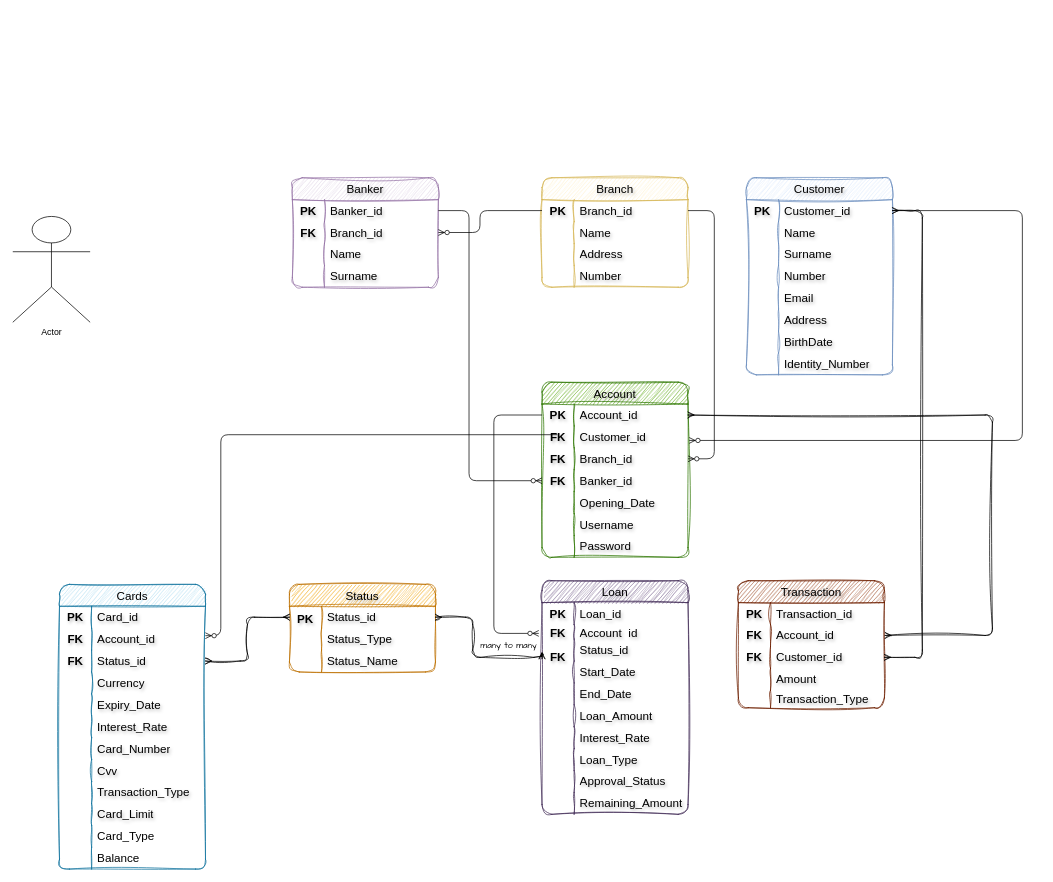
The draw.io diagram Pair1_BankaER.drawio in bnsuoztrk/Deneme, before the edit. Source tidied: cells renumbered, new cells numbered last; positions are measured from the earlier drawing's top-left corner, leaving out a move shared by most shapes. Both pictures are drawn from the tidied source at 73%, with x=0, y=0 at pixel (12, 177).
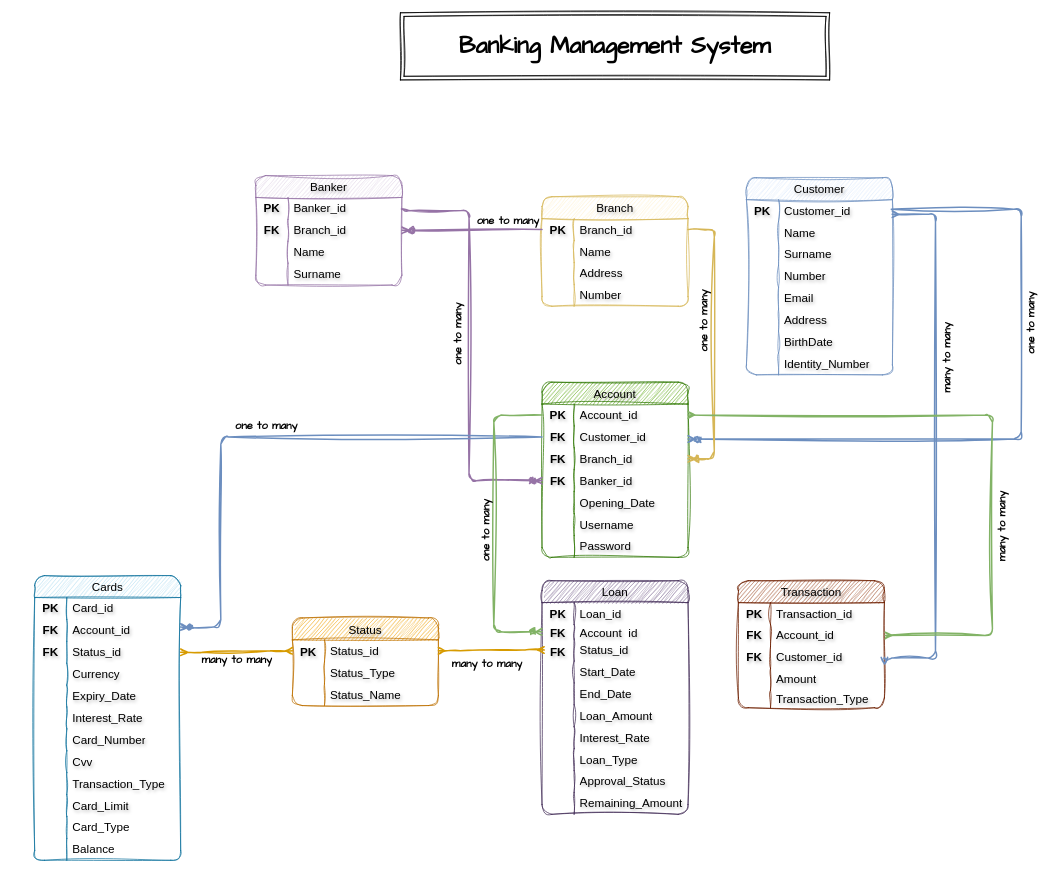
The same page after the edit.

Unchanged cells that the change refers to:
```xml
<mxCell id="3" style="shape=tableRow;horizontal=0;startSize=0;swimlaneHead=0;swimlaneBody=0;top=0;left=0;bottom=0;right=0;fillColor=none;points=[[0,0.5],[1,0.5]];portConstraint=eastwest;strokeColor=inherit;fontSize=16;sketch=1;curveFitting=1;jiggle=2;rounded=1;fontColor=#000000;labelBorderColor=none;labelBackgroundColor=none;textShadow=1;" parent="2" vertex="1">
  <mxGeometry y="30" width="200" height="30" as="geometry" />
</mxCell>
<mxCell id="6" style="shape=tableRow;horizontal=0;startSize=0;swimlaneHead=0;swimlaneBody=0;top=0;left=0;bottom=0;right=0;fillColor=none;points=[[0,0.5],[1,0.5]];portConstraint=eastwest;strokeColor=inherit;fontSize=16;sketch=1;curveFitting=1;jiggle=2;rounded=1;fontColor=#000000;labelBorderColor=none;labelBackgroundColor=none;textShadow=1;" parent="2" vertex="1">
  <mxGeometry y="60" width="200" height="30" as="geometry" />
</mxCell>
<mxCell id="9" style="shape=tableRow;horizontal=0;startSize=0;swimlaneHead=0;swimlaneBody=0;top=0;left=0;bottom=0;right=0;fillColor=none;points=[[0,0.5],[1,0.5]];portConstraint=eastwest;strokeColor=inherit;fontSize=16;sketch=1;curveFitting=1;jiggle=2;rounded=1;fontColor=#000000;labelBorderColor=none;labelBackgroundColor=none;textShadow=1;" parent="2" vertex="1">
  <mxGeometry y="90" width="200" height="30" as="geometry" />
</mxCell>
<mxCell id="12" style="shape=tableRow;horizontal=0;startSize=0;swimlaneHead=0;swimlaneBody=0;top=0;left=0;bottom=0;right=0;fillColor=none;points=[[0,0.5],[1,0.5]];portConstraint=eastwest;strokeColor=inherit;fontSize=16;sketch=1;curveFitting=1;jiggle=2;rounded=1;fontColor=#000000;labelBorderColor=none;labelBackgroundColor=none;textShadow=1;" parent="2" vertex="1">
  <mxGeometry y="120" width="200" height="30" as="geometry" />
</mxCell>
<mxCell id="25" style="shape=tableRow;horizontal=0;startSize=0;swimlaneHead=0;swimlaneBody=0;top=0;left=0;bottom=0;right=0;fillColor=none;points=[[0,0.5],[1,0.5]];portConstraint=eastwest;strokeColor=inherit;fontSize=16;sketch=1;curveFitting=1;jiggle=2;rounded=1;fontColor=#000000;labelBorderColor=none;labelBackgroundColor=none;textShadow=1;" parent="24" vertex="1">
  <mxGeometry y="30" width="200" height="30" as="geometry" />
</mxCell>
<mxCell id="50" style="shape=tableRow;horizontal=0;startSize=0;swimlaneHead=0;swimlaneBody=0;top=0;left=0;bottom=0;right=0;fillColor=none;points=[[0,0.5],[1,0.5]];portConstraint=eastwest;strokeColor=inherit;fontSize=16;sketch=1;curveFitting=1;jiggle=2;rounded=1;fontColor=#000000;labelBorderColor=none;labelBackgroundColor=none;textShadow=1;" parent="49" vertex="1">
  <mxGeometry y="30" width="200" height="30" as="geometry" />
</mxCell>
<mxCell id="53" style="shape=tableRow;horizontal=0;startSize=0;swimlaneHead=0;swimlaneBody=0;top=0;left=0;bottom=0;right=0;fillColor=none;points=[[0,0.5],[1,0.5]];portConstraint=eastwest;strokeColor=inherit;fontSize=16;sketch=1;curveFitting=1;jiggle=2;rounded=1;fontColor=#000000;labelBorderColor=none;labelBackgroundColor=none;textShadow=1;" parent="49" vertex="1">
  <mxGeometry y="60" width="200" height="30" as="geometry" />
</mxCell>
<mxCell id="66" style="shape=tableRow;horizontal=0;startSize=0;swimlaneHead=0;swimlaneBody=0;top=0;left=0;bottom=0;right=0;fillColor=none;points=[[0,0.5],[1,0.5]];portConstraint=eastwest;strokeColor=inherit;fontSize=16;sketch=1;curveFitting=1;jiggle=2;rounded=1;fontColor=#000000;labelBorderColor=none;labelBackgroundColor=none;textShadow=1;" parent="62" vertex="1">
  <mxGeometry y="60" width="200" height="20" as="geometry" />
</mxCell>
<mxCell id="94" style="shape=tableRow;horizontal=0;startSize=0;swimlaneHead=0;swimlaneBody=0;top=0;left=0;bottom=0;right=0;fillColor=none;points=[[0,0.5],[1,0.5]];portConstraint=eastwest;strokeColor=inherit;fontSize=16;sketch=1;curveFitting=1;jiggle=2;rounded=1;fontColor=#000000;labelBorderColor=none;labelBackgroundColor=none;textShadow=1;" parent="93" vertex="1">
  <mxGeometry y="30" width="200" height="30" as="geometry" />
</mxCell>
<mxCell id="113" style="shape=tableRow;horizontal=0;startSize=0;swimlaneHead=0;swimlaneBody=0;top=0;left=0;bottom=0;right=0;fillColor=none;points=[[0,0.5],[1,0.5]];portConstraint=eastwest;strokeColor=inherit;fontSize=16;sketch=1;curveFitting=1;jiggle=2;rounded=1;fontColor=#000000;labelBorderColor=none;labelBackgroundColor=none;textShadow=1;" parent="106" vertex="1">
  <mxGeometry y="90" width="200" height="30" as="geometry" />
</mxCell>
<mxCell id="126" style="shape=tableRow;horizontal=0;startSize=0;swimlaneHead=0;swimlaneBody=0;top=0;left=0;bottom=0;right=0;fillColor=none;points=[[0,0.5],[1,0.5]];portConstraint=eastwest;strokeColor=inherit;fontSize=16;sketch=1;curveFitting=1;jiggle=2;rounded=1;fontColor=#000000;labelBorderColor=none;labelBackgroundColor=none;textShadow=1;" parent="122" vertex="1">
  <mxGeometry y="60" width="200" height="30" as="geometry" />
</mxCell>
<mxCell id="129" style="shape=tableRow;horizontal=0;startSize=0;swimlaneHead=0;swimlaneBody=0;top=0;left=0;bottom=0;right=0;fillColor=none;points=[[0,0.5],[1,0.5]];portConstraint=eastwest;strokeColor=inherit;fontSize=16;sketch=1;curveFitting=1;jiggle=2;rounded=1;fontColor=#000000;labelBorderColor=none;labelBackgroundColor=none;textShadow=1;" parent="122" vertex="1">
  <mxGeometry y="90" width="200" height="30" as="geometry" />
</mxCell>
<mxCell id="160" style="shape=tableRow;horizontal=0;startSize=0;swimlaneHead=0;swimlaneBody=0;top=0;left=0;bottom=0;right=0;fillColor=none;points=[[0,0.5],[1,0.5]];portConstraint=eastwest;strokeColor=inherit;fontSize=16;sketch=1;curveFitting=1;jiggle=2;rounded=1;fontColor=#000000;labelBorderColor=none;labelBackgroundColor=none;textShadow=1;" parent="159" vertex="1">
  <mxGeometry y="30" width="200" height="30" as="geometry" />
</mxCell>
```

Diff of the diagram source:
```diff
@@
     <mxCell id="49" value="Banker" style="shape=table;startSize=30;childLayout=tableLayout;rowLines=0;fontStyle=0;strokeColor=#9673a6;fontSize=16;fillColor=#e1d5e7;sketch=1;curveFitting=1;jiggle=2;rounded=1;labelBorderColor=none;labelBackgroundColor=none;textShadow=1;" parent="1" vertex="1">
-      <mxGeometry x="383" width="200" height="150" as="geometry" />
+      <mxGeometry x="333" y="-3" width="200" height="150" as="geometry" />
     </mxCell>
@@
     <mxCell id="93" value="Branch" style="shape=table;startSize=30;childLayout=tableLayout;rowLines=0;fontStyle=0;strokeColor=#d6b656;fontSize=16;fillColor=#fff2cc;sketch=1;curveFitting=1;jiggle=2;rounded=1;labelBorderColor=none;labelBackgroundColor=none;textShadow=1;" parent="1" vertex="1">
-      <mxGeometry x="725" width="200" height="150" as="geometry" />
+      <mxGeometry x="725" y="26" width="200" height="150" as="geometry" />
     </mxCell>
@@
     <mxCell id="122" value="Cards" style="shape=table;startSize=30;childLayout=tableLayout;rowLines=0;fontStyle=0;strokeColor=#10739e;fontSize=16;fillColor=#b1ddf0;sketch=1;curveFitting=1;jiggle=2;rounded=1;fontColor=#000000;" parent="1" vertex="1">
-      <mxGeometry x="64" y="557" width="200" height="390" as="geometry" />
+      <mxGeometry x="30" y="545" width="200" height="390" as="geometry" />
     </mxCell>
@@
     <mxCell id="159" value="Status" style="shape=table;startSize=30;childLayout=tableLayout;rowLines=0;fontStyle=0;strokeColor=#BD7000;fontSize=16;fillColor=#f0a30a;fontColor=#000000;sketch=1;curveFitting=1;jiggle=2;rounded=1;labelBorderColor=none;labelBackgroundColor=none;textShadow=1;" parent="1" vertex="1">
-      <mxGeometry x="379" y="557" width="200" height="120" as="geometry" />
+      <mxGeometry x="383" y="603" width="200" height="120" as="geometry" />
     </mxCell>
@@
     <mxCell id="169" value="PK" style="shape=partialRectangle;html=1;whiteSpace=wrap;fillColor=none;top=0;left=0;bottom=0;right=0;overflow=hidden;strokeColor=inherit;fontSize=16;fontStyle=1;sketch=1;curveFitting=1;jiggle=2;rounded=1;fontColor=#000000;labelBorderColor=none;labelBackgroundColor=none;textShadow=1;" parent="1" vertex="1">
-      <mxGeometry x="379" y="590" width="44" height="30" as="geometry" />
+      <mxGeometry x="383" y="634" width="44" height="30" as="geometry" />
     </mxCell>
     <mxCell id="170" value="&lt;b&gt;FK&lt;/b&gt;" style="shape=partialRectangle;html=1;whiteSpace=wrap;fillColor=none;top=0;left=0;bottom=0;right=0;overflow=hidden;strokeColor=inherit;fontSize=16;sketch=1;curveFitting=1;jiggle=2;rounded=1;fontColor=#000000;labelBorderColor=none;labelBackgroundColor=none;textShadow=1;" parent="1" vertex="1">
-      <mxGeometry x="725" y="642" width="44" height="30" as="geometry" />
+      <mxGeometry x="725" y="634" width="44" height="30" as="geometry" />
     </mxCell>
-    <mxCell id="171" style="edgeStyle=orthogonalEdgeStyle;fontSize=12;html=1;endArrow=ERzeroToMany;endFill=1;rounded=1;hachureGap=4;fontFamily=Architects Daughter;exitX=1;exitY=0.5;exitDx=0;exitDy=0;entryX=1.008;entryY=0.662;entryDx=0;entryDy=0;entryPerimeter=0;" parent="1" edge="1" source="25" target="6">
+    <mxCell id="171" style="edgeStyle=orthogonalEdgeStyle;fontSize=12;html=1;endArrow=ERzeroToMany;endFill=1;rounded=1;hachureGap=4;fontFamily=Architects Daughter;exitX=1;exitY=0.5;exitDx=0;exitDy=0;entryX=1.008;entryY=0.662;entryDx=0;entryDy=0;entryPerimeter=0;sketch=1;curveFitting=1;jiggle=2;fillColor=#dae8fc;strokeColor=#6c8ebf;strokeWidth=2;" parent="1" edge="1">
       <mxGeometry relative="1" as="geometry">
+        <mxPoint x="1203.4" y="43.1" as="sourcePoint" />
+        <mxPoint x="925" y="357.9" as="targetPoint" />
         <Array as="points">
-          <mxPoint x="1383" y="45" />
-          <mxPoint x="1383" y="360" />
+          <mxPoint x="1381.4" y="43.1" />
+          <mxPoint x="1381.4" y="358.1" />
         </Array>
       </mxGeometry>
     </mxCell>
-    <mxCell id="172" style="edgeStyle=orthogonalEdgeStyle;fontSize=12;html=1;endArrow=ERzeroToMany;endFill=1;rounded=1;hachureGap=4;fontFamily=Architects Daughter;exitX=0;exitY=0.5;exitDx=0;exitDy=0;entryX=1;entryY=0.5;entryDx=0;entryDy=0;" parent="1" edge="1" source="94" target="53">
+    <mxCell id="172" style="edgeStyle=orthogonalEdgeStyle;fontSize=12;html=1;endArrow=ERzeroToMany;endFill=1;rounded=1;hachureGap=4;fontFamily=Architects Daughter;exitX=0;exitY=0.5;exitDx=0;exitDy=0;entryX=1;entryY=0.5;entryDx=0;entryDy=0;sketch=1;curveFitting=1;jiggle=2;fillColor=#e1d5e7;strokeColor=#9673a6;strokeWidth=2;" parent="1" edge="1" source="94" target="53">
       <mxGeometry relative="1" as="geometry">
         <Array as="points">
-          <mxPoint x="640" y="45" />
-          <mxPoint x="640" y="75" />
+          <mxPoint x="725" y="72" />
         </Array>
       </mxGeometry>
     </mxCell>
-    <mxCell id="173" style="edgeStyle=orthogonalEdgeStyle;fontSize=12;html=1;endArrow=ERzeroToMany;endFill=1;rounded=1;hachureGap=4;fontFamily=Architects Daughter;exitX=1;exitY=0.5;exitDx=0;exitDy=0;entryX=1;entryY=0.5;entryDx=0;entryDy=0;" parent="1" edge="1" source="94" target="9">
+    <mxCell id="173" style="edgeStyle=orthogonalEdgeStyle;fontSize=12;html=1;endArrow=ERzeroToMany;endFill=1;rounded=1;hachureGap=4;fontFamily=Architects Daughter;exitX=1;exitY=0.5;exitDx=0;exitDy=0;entryX=1;entryY=0.5;entryDx=0;entryDy=0;sketch=1;curveFitting=1;jiggle=2;fillColor=#fff2cc;strokeColor=#d6b656;strokeWidth=2;" parent="1" edge="1" source="94" target="9">
       <mxGeometry relative="1" as="geometry">
         <Array as="points">
-          <mxPoint x="961" y="45" />
+          <mxPoint x="961" y="71" />
           <mxPoint x="961" y="385" />
         </Array>
       </mxGeometry>
     </mxCell>
-    <mxCell id="174" style="edgeStyle=orthogonalEdgeStyle;fontSize=12;html=1;endArrow=ERzeroToMany;endFill=1;rounded=1;hachureGap=4;fontFamily=Architects Daughter;exitX=1;exitY=0.5;exitDx=0;exitDy=0;entryX=0;entryY=0.5;entryDx=0;entryDy=0;" parent="1" edge="1" source="50" target="12">
+    <mxCell id="174" style="edgeStyle=orthogonalEdgeStyle;fontSize=12;html=1;endArrow=ERzeroToMany;endFill=1;rounded=1;hachureGap=4;fontFamily=Architects Daughter;exitX=1;exitY=0.5;exitDx=0;exitDy=0;entryX=0;entryY=0.5;entryDx=0;entryDy=0;sketch=1;curveFitting=1;jiggle=2;fillColor=#e1d5e7;strokeColor=#9673a6;strokeWidth=2;" parent="1" edge="1" source="50" target="12">
       <mxGeometry relative="1" as="geometry">
         <Array as="points">
           <mxPoint x="625" y="45" />
           <mxPoint x="625" y="415" />
         </Array>
       </mxGeometry>
     </mxCell>
-    <mxCell id="175" style="edgeStyle=orthogonalEdgeStyle;fontSize=12;html=1;endArrow=ERmany;startArrow=ERmany;rounded=1;sketch=1;hachureGap=4;jiggle=2;curveFitting=1;fontFamily=Architects Daughter;entryX=1;entryY=0.5;entryDx=0;entryDy=0;exitX=1;exitY=0.5;exitDx=0;exitDy=0;fontStyle=1;" parent="1" edge="1" source="113" target="25">
+    <mxCell id="175" style="edgeStyle=orthogonalEdgeStyle;fontSize=12;html=1;endArrow=ERmany;startArrow=ERmany;rounded=1;sketch=1;hachureGap=4;jiggle=2;curveFitting=1;fontFamily=Architects Daughter;exitX=1;exitY=0.5;exitDx=0;exitDy=0;fontStyle=1;entryX=0.998;entryY=0.669;entryDx=0;entryDy=0;entryPerimeter=0;fillColor=#dae8fc;strokeColor=#6c8ebf;strokeWidth=2;" parent="1" edge="1" source="113" target="25">
       <mxGeometry relative="1" as="geometry">
         <Array as="points">
-          <mxPoint x="1246" y="657" />
-          <mxPoint x="1246" y="45" />
+          <mxPoint x="1264" y="658" />
+          <mxPoint x="1264" y="50" />
         </Array>
       </mxGeometry>
     </mxCell>
-    <mxCell id="176" style="edgeStyle=orthogonalEdgeStyle;fontSize=12;html=1;endArrow=ERmany;startArrow=ERmany;rounded=1;sketch=1;hachureGap=4;jiggle=2;curveFitting=1;fontFamily=Architects Daughter;entryX=1;entryY=0.5;entryDx=0;entryDy=0;" parent="1" edge="1" target="3">
+    <mxCell id="176" style="edgeStyle=orthogonalEdgeStyle;fontSize=12;html=1;endArrow=ERmany;startArrow=ERmany;rounded=1;sketch=1;hachureGap=4;jiggle=2;curveFitting=1;fontFamily=Architects Daughter;entryX=1;entryY=0.5;entryDx=0;entryDy=0;fillColor=#d5e8d4;strokeColor=#82b366;strokeWidth=2;" parent="1" edge="1" target="3">
       <mxGeometry relative="1" as="geometry">
         <mxPoint x="1195" y="627" as="sourcePoint" />
         <Array as="points">
           <mxPoint x="1342" y="627" />
           <mxPoint x="1342" y="325" />
         </Array>
       </mxGeometry>
     </mxCell>
-    <mxCell id="177" style="edgeStyle=orthogonalEdgeStyle;fontSize=12;html=1;endArrow=ERmany;startArrow=ERmany;rounded=1;sketch=1;hachureGap=4;jiggle=2;curveFitting=1;fontFamily=Architects Daughter;entryX=1;entryY=0.5;entryDx=0;entryDy=0;" parent="1" edge="1" target="160">
-      <mxGeometry relative="1" as="geometry">
-        <mxPoint x="725" y="659" as="sourcePoint" />
-        <Array as="points">
-          <mxPoint x="725" y="652" />
-          <mxPoint x="724" y="652" />
-          <mxPoint x="724" y="657" />
-          <mxPoint x="630" y="657" />
-          <mxPoint x="630" y="602" />
-        </Array>
-      </mxGeometry>
-    </mxCell>
-    <mxCell id="178" value="many to many" style="text;strokeColor=none;fillColor=none;spacingLeft=4;spacingRight=4;overflow=hidden;points=[[0,0.5],[1,0.5]];portConstraint=eastwest;fontSize=12;whiteSpace=wrap;html=1;fontFamily=Architects Daughter;" parent="1" vertex="1">
-      <mxGeometry x="635" y="627" width="97" height="30" as="geometry" />
+    <mxCell id="178" value="many to many" style="text;strokeColor=none;fillColor=none;spacingLeft=4;spacingRight=4;overflow=hidden;points=[[0,0.5],[1,0.5]];portConstraint=eastwest;fontSize=15;whiteSpace=wrap;html=1;fontFamily=Architects Daughter;fontStyle=1;" parent="1" vertex="1">
+      <mxGeometry x="596" y="651" width="118" height="30" as="geometry" />
     </mxCell>
-    <mxCell id="179" style="edgeStyle=orthogonalEdgeStyle;fontSize=12;html=1;endArrow=ERmany;startArrow=ERmany;rounded=1;sketch=1;hachureGap=4;jiggle=2;curveFitting=1;fontFamily=Architects Daughter;entryX=1;entryY=0.5;entryDx=0;entryDy=0;exitX=0;exitY=0.5;exitDx=0;exitDy=0;" parent="1" edge="1" source="160" target="129">
-      <mxGeometry relative="1" as="geometry" />
-    </mxCell>
-    <mxCell id="180" style="edgeStyle=orthogonalEdgeStyle;fontSize=12;html=1;endArrow=ERzeroToMany;endFill=1;rounded=1;hachureGap=4;fontFamily=Architects Daughter;exitX=0;exitY=0.5;exitDx=0;exitDy=0;entryX=0.999;entryY=0.343;entryDx=0;entryDy=0;entryPerimeter=0;" parent="1" edge="1" target="126">
+    <mxCell id="180" style="edgeStyle=orthogonalEdgeStyle;fontSize=12;html=1;endArrow=ERzeroToMany;endFill=1;rounded=1;hachureGap=4;fontFamily=Architects Daughter;entryX=0.999;entryY=0.343;entryDx=0;entryDy=0;entryPerimeter=0;sketch=1;curveFitting=1;jiggle=2;fillColor=#dae8fc;strokeColor=#6c8ebf;strokeWidth=2;exitX=0;exitY=0.5;exitDx=0;exitDy=0;" parent="1" edge="1" source="6" target="126">
       <mxGeometry relative="1" as="geometry">
-        <mxPoint x="746" y="352" as="sourcePoint" />
         <Array as="points">
-          <mxPoint x="285" y="352" />
-          <mxPoint x="285" y="627" />
+          <mxPoint x="285" y="355" />
+          <mxPoint x="285" y="615" />
         </Array>
       </mxGeometry>
     </mxCell>
-    <mxCell id="181" style="edgeStyle=orthogonalEdgeStyle;fontSize=12;html=1;endArrow=ERzeroToMany;endFill=1;rounded=1;hachureGap=4;fontFamily=Architects Daughter;exitX=0;exitY=0.5;exitDx=0;exitDy=0;entryX=0.882;entryY=-0.095;entryDx=0;entryDy=0;entryPerimeter=0;" parent="1" edge="1" source="3" target="178">
+    <mxCell id="181" style="edgeStyle=orthogonalEdgeStyle;fontSize=12;html=1;endArrow=ERzeroToMany;endFill=1;rounded=1;hachureGap=4;fontFamily=Architects Daughter;exitX=0;exitY=0.5;exitDx=0;exitDy=0;entryX=0;entryY=0.5;entryDx=0;entryDy=0;sketch=1;curveFitting=1;jiggle=2;fillColor=#d5e8d4;strokeColor=#82b366;strokeWidth=2;" parent="1" edge="1" source="3" target="66">
       <mxGeometry relative="1" as="geometry">
         <Array as="points">
           <mxPoint x="659" y="325" />
-          <mxPoint x="659" y="624" />
+          <mxPoint x="659" y="622" />
         </Array>
       </mxGeometry>
     </mxCell>
-    <mxCell id="182" value="Actor" style="shape=umlActor;verticalLabelPosition=bottom;verticalAlign=top;html=1;" parent="1" vertex="1">
-      <mxGeometry y="53" width="106" height="145" as="geometry" />
-    </mxCell>
+    <mxCell id="183" value="&lt;b&gt;&lt;font style=&quot;font-size: 15px;&quot;&gt;one to many&lt;/font&gt;&lt;/b&gt;" style="text;strokeColor=none;fillColor=none;spacingLeft=4;spacingRight=4;overflow=hidden;fontSize=12;whiteSpace=wrap;html=1;fontFamily=Architects Daughter;horizontal=0;" parent="1" vertex="1">
+      <mxGeometry x="633" y="407" width="26" height="125" as="geometry" />
+    </mxCell>
+    <mxCell id="184" style="edgeStyle=entityRelationEdgeStyle;fontSize=12;html=1;endArrow=ERmany;startArrow=ERmany;rounded=0;sketch=1;hachureGap=4;jiggle=2;curveFitting=1;fontFamily=Architects Daughter;exitX=1;exitY=0.5;exitDx=0;exitDy=0;fillColor=#ffe6cc;strokeColor=#d79b00;strokeWidth=2;" parent="1" edge="1" source="160">
+      <mxGeometry relative="1" as="geometry">
+        <mxPoint x="728" y="647" as="targetPoint" />
+        <Array as="points">
+          <mxPoint x="713" y="653" />
+        </Array>
+      </mxGeometry>
+    </mxCell>
+    <mxCell id="185" style="edgeStyle=entityRelationEdgeStyle;fontSize=12;html=1;endArrow=ERmany;startArrow=ERmany;rounded=0;sketch=1;hachureGap=4;jiggle=2;curveFitting=1;fontFamily=Architects Daughter;exitX=1;exitY=0.5;exitDx=0;exitDy=0;entryX=0;entryY=0.5;entryDx=0;entryDy=0;fillColor=#ffe6cc;strokeColor=#d79b00;strokeWidth=2;" parent="1" edge="1" source="129" target="160">
+      <mxGeometry relative="1" as="geometry">
+        <Array as="points">
+          <mxPoint x="368" y="666" />
+        </Array>
+      </mxGeometry>
+    </mxCell>
+    <mxCell id="186" value="many to many" style="text;strokeColor=none;fillColor=none;spacingLeft=4;spacingRight=4;overflow=hidden;fontSize=15;whiteSpace=wrap;html=1;fontFamily=Architects Daughter;fontStyle=1;" parent="1" vertex="1">
+      <mxGeometry x="253" y="645" width="118" height="30" as="geometry" />
+    </mxCell>
+    <mxCell id="187" value="&lt;font style=&quot;&quot;&gt;one to many&lt;/font&gt;" style="text;strokeColor=none;fillColor=none;spacingLeft=4;spacingRight=4;overflow=hidden;fontSize=15;whiteSpace=wrap;html=1;fontFamily=Architects Daughter;horizontal=1;fontStyle=1;" parent="1" vertex="1">
+      <mxGeometry x="299" y="324" width="131" height="30" as="geometry" />
+    </mxCell>
+    <mxCell id="188" value="&lt;b&gt;&lt;font style=&quot;font-size: 15px;&quot;&gt;one to many&lt;/font&gt;&lt;/b&gt;" style="text;strokeColor=none;fillColor=none;spacingLeft=4;spacingRight=4;overflow=hidden;fontSize=12;whiteSpace=wrap;html=1;fontFamily=Architects Daughter;horizontal=0;" parent="1" vertex="1">
+      <mxGeometry x="594" y="138" width="26" height="125" as="geometry" />
+    </mxCell>
+    <mxCell id="189" value="&lt;font style=&quot;&quot;&gt;one to many&lt;/font&gt;" style="text;strokeColor=none;fillColor=none;spacingLeft=4;spacingRight=4;overflow=hidden;fontSize=15;whiteSpace=wrap;html=1;fontFamily=Architects Daughter;horizontal=1;fontStyle=1;" parent="1" vertex="1">
+      <mxGeometry x="630" y="44" width="131" height="30" as="geometry" />
+    </mxCell>
+    <mxCell id="190" value="&lt;b&gt;&lt;font style=&quot;font-size: 15px;&quot;&gt;one to many&lt;/font&gt;&lt;/b&gt;" style="text;strokeColor=none;fillColor=none;spacingLeft=4;spacingRight=4;overflow=hidden;fontSize=12;whiteSpace=wrap;html=1;fontFamily=Architects Daughter;horizontal=0;" parent="1" vertex="1">
+      <mxGeometry x="932" y="120" width="26" height="125" as="geometry" />
+    </mxCell>
+    <mxCell id="191" value="&lt;b&gt;&lt;font style=&quot;font-size: 15px;&quot;&gt;many to many&lt;/font&gt;&lt;/b&gt;" style="text;strokeColor=none;fillColor=none;spacingLeft=4;spacingRight=4;overflow=hidden;fontSize=12;whiteSpace=wrap;html=1;fontFamily=Architects Daughter;horizontal=0;" parent="1" vertex="1">
+      <mxGeometry x="1264" y="176" width="26" height="125" as="geometry" />
+    </mxCell>
+    <mxCell id="192" value="&lt;b&gt;&lt;font style=&quot;font-size: 15px;&quot;&gt;one to many&lt;/font&gt;&lt;/b&gt;" style="text;strokeColor=none;fillColor=none;spacingLeft=4;spacingRight=4;overflow=hidden;fontSize=12;whiteSpace=wrap;html=1;fontFamily=Architects Daughter;horizontal=0;" parent="1" vertex="1">
+      <mxGeometry x="1379" y="123" width="26" height="125" as="geometry" />
+    </mxCell>
+    <mxCell id="193" value="&lt;b&gt;&lt;font style=&quot;font-size: 15px;&quot;&gt;many to many&lt;/font&gt;&lt;/b&gt;" style="text;strokeColor=none;fillColor=none;spacingLeft=4;spacingRight=4;overflow=hidden;fontSize=12;whiteSpace=wrap;html=1;fontFamily=Architects Daughter;horizontal=0;" parent="1" vertex="1">
+      <mxGeometry x="1340" y="407" width="26" height="125" as="geometry" />
+    </mxCell>
+    <mxCell id="194" value="&lt;h2&gt;&lt;b&gt;&lt;font style=&quot;font-size: 32px;&quot;&gt;Banking Management System&lt;/font&gt;&lt;/b&gt;&lt;/h2&gt;" style="shape=ext;margin=3;double=1;whiteSpace=wrap;html=1;align=center;sketch=1;hachureGap=4;jiggle=2;curveFitting=1;fontFamily=Architects Daughter;" parent="1" vertex="1">
+      <mxGeometry x="531" y="-226" width="588" height="92" as="geometry" />
+    </mxCell>
```
